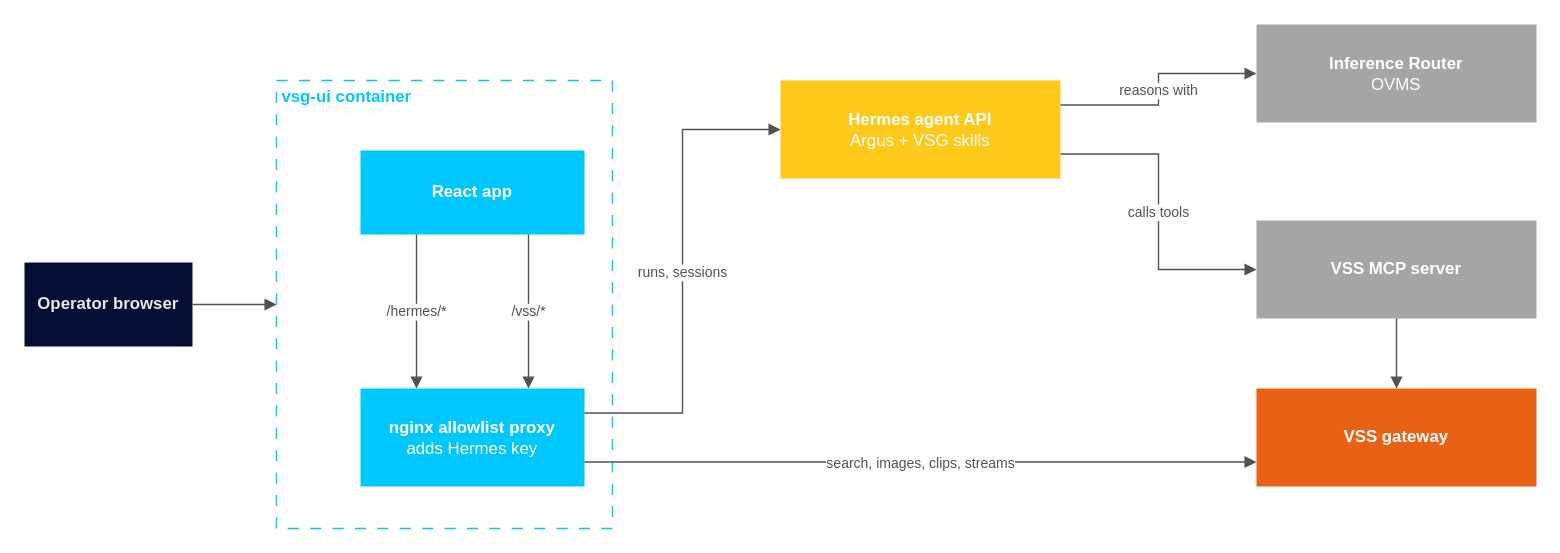
Earlier version of the draw.io diagram virtual-security-guard-agent/docs/user-guide/_assets/drawio/vsg-architecture.drawio (open-edge-platform/metro-ai-suite). Source tidied: cells renumbered, new cells numbered last; positions are measured from the earlier drawing's top-left corner, leaving out a move shared by most shapes. Both pictures are drawn from the tidied source at 140%, with x=0, y=0 at pixel (24, 24).
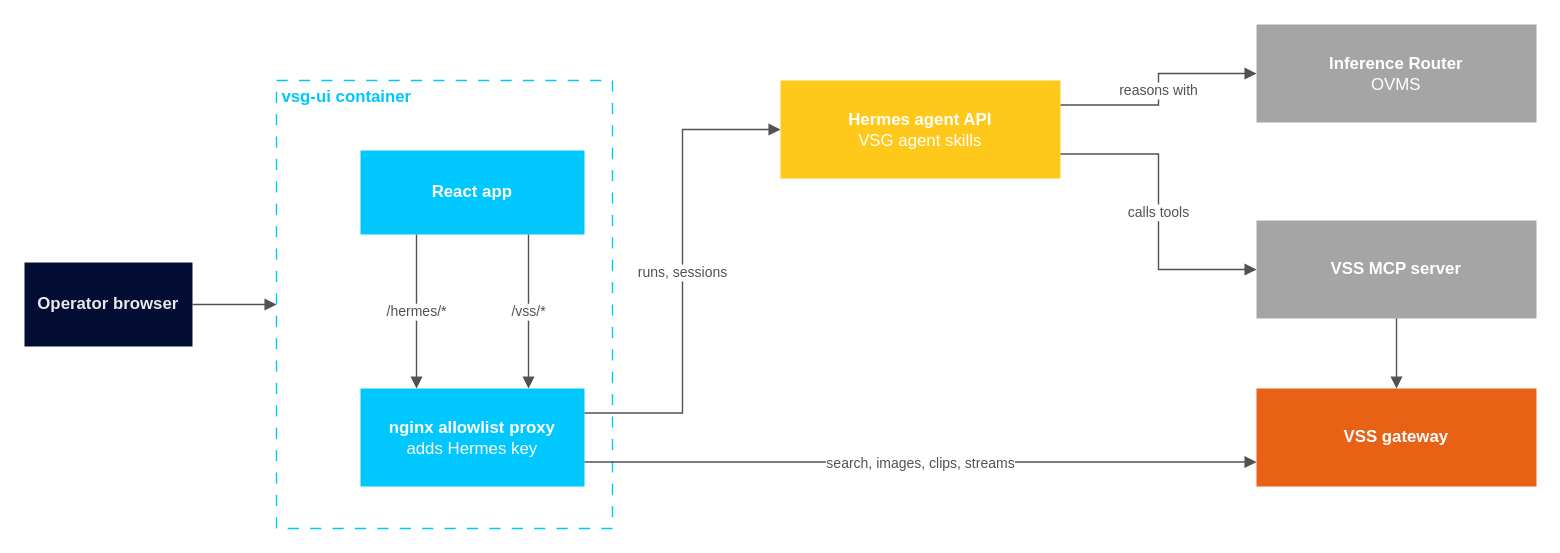
The same diagram, later.

What changed in the source:
```diff
@@
 <mxGraphModel>
   <root>
     <mxCell id="0" />
     <mxCell id="1" parent="0" />
     <mxCell id="2" value="vsg-ui container" style="rounded=0;whiteSpace=wrap;html=1;fillColor=none;fontColor=light-dark(#00C7FD,#00C7FD);strokeColor=light-dark(#00C7FD,#00C7FD);dashed=1;dashPattern=8 8;align=left;verticalAlign=top;spacing=0;spacingLeft=4;fontStyle=1;" parent="1" vertex="1">
       <mxGeometry x="180" y="40" width="240" height="320" as="geometry" />
     </mxCell>
     <mxCell id="3" value="&lt;b&gt;Operator browser&lt;/b&gt;" style="rounded=0;whiteSpace=wrap;html=1;fillColor=light-dark(#040E35,#E9E9E9);fontColor=light-dark(#E9E9E9,#040E35);strokeColor=none;" parent="1" vertex="1">
       <mxGeometry y="170" width="120" height="60" as="geometry" />
     </mxCell>
     <mxCell id="4" value="&lt;b&gt;React app&lt;/b&gt;" style="rounded=0;whiteSpace=wrap;html=1;fillColor=light-dark(#00C7FD,#00C7FD);fontColor=light-dark(#FFFFFF,#040E35);strokeColor=none;" parent="1" vertex="1">
       <mxGeometry x="240" y="90" width="160" height="60" as="geometry" />
     </mxCell>
     <mxCell id="5" value="&lt;b&gt;nginx allowlist proxy&lt;/b&gt;&lt;br&gt;adds Hermes key" style="rounded=0;whiteSpace=wrap;html=1;fillColor=light-dark(#00C7FD,#00C7FD);fontColor=light-dark(#FFFFFF,#040E35);strokeColor=none;" parent="1" vertex="1">
       <mxGeometry x="240" y="260" width="160" height="70" as="geometry" />
     </mxCell>
-    <mxCell id="6" value="&lt;b&gt;Hermes agent API&lt;/b&gt;&lt;br&gt;Argus + VSG skills" style="rounded=0;whiteSpace=wrap;html=1;fillColor=light-dark(#FEC91A,#FEC91A);fontColor=#FFFFFF;strokeColor=none;" parent="1" vertex="1">
+    <mxCell id="6" value="&lt;b&gt;Hermes agent API&lt;/b&gt;&lt;br&gt;VSG agent skills" style="rounded=0;whiteSpace=wrap;html=1;fillColor=light-dark(#FEC91A,#FEC91A);fontColor=#FFFFFF;strokeColor=none;" parent="1" vertex="1">
       <mxGeometry x="540" y="40" width="200" height="70" as="geometry" />
     </mxCell>
     <mxCell id="7" value="&lt;b&gt;Inference Router&lt;/b&gt;&lt;br&gt;OVMS" style="rounded=0;whiteSpace=wrap;html=1;fillColor=light-dark(#A5A5A5,#A5A5A5);fontColor=#FFFFFF;strokeColor=none;" parent="1" vertex="1">
       <mxGeometry x="880" width="200" height="70" as="geometry" />
     </mxCell>
     <mxCell id="8" value="&lt;b&gt;VSS MCP server&lt;/b&gt;" style="rounded=0;whiteSpace=wrap;html=1;fillColor=light-dark(#A5A5A5,#A5A5A5);fontColor=#FFFFFF;strokeColor=none;" parent="1" vertex="1">
       <mxGeometry x="880" y="140" width="200" height="70" as="geometry" />
     </mxCell>
     <mxCell id="9" value="&lt;b&gt;VSS gateway&lt;/b&gt;" style="rounded=0;whiteSpace=wrap;html=1;fillColor=light-dark(#E96115,#E96115);fontColor=#FFFFFF;strokeColor=none;" parent="1" vertex="1">
       <mxGeometry x="880" y="260" width="200" height="70" as="geometry" />
     </mxCell>
     <mxCell id="10" style="edgeStyle=orthogonalEdgeStyle;rounded=0;jettySize=auto;html=1;endArrow=block;endFill=1;strokeColor=light-dark(#525252,#E9E9E9);jumpStyle=arc;jumpSize=9;fontSize=10;fontColor=light-dark(#525252,#E9E9E9);labelBackgroundColor=light-dark(#FFFFFF,#121212);exitX=1;exitY=0.5;entryX=0;entryY=0.5;" parent="1" edge="1" source="3" target="2">
       <mxGeometry relative="1" as="geometry" />
     </mxCell>
     <mxCell id="11" value="/hermes/*" style="edgeStyle=orthogonalEdgeStyle;rounded=0;jettySize=auto;html=1;endArrow=block;endFill=1;strokeColor=light-dark(#525252,#E9E9E9);jumpStyle=arc;jumpSize=9;fontSize=10;fontColor=light-dark(#525252,#E9E9E9);labelBackgroundColor=light-dark(#FFFFFF,#121212);exitX=0.25;exitY=1;entryX=0.25;entryY=0;" parent="1" edge="1" source="4" target="5">
       <mxGeometry relative="1" as="geometry" />
     </mxCell>
     <mxCell id="12" value="/vss/*" style="edgeStyle=orthogonalEdgeStyle;rounded=0;jettySize=auto;html=1;endArrow=block;endFill=1;strokeColor=light-dark(#525252,#E9E9E9);jumpStyle=arc;jumpSize=9;fontSize=10;fontColor=light-dark(#525252,#E9E9E9);labelBackgroundColor=light-dark(#FFFFFF,#121212);exitX=0.75;exitY=1;entryX=0.75;entryY=0;" parent="1" edge="1" source="4" target="5">
       <mxGeometry relative="1" as="geometry" />
     </mxCell>
     <mxCell id="13" value="runs, sessions" style="edgeStyle=orthogonalEdgeStyle;rounded=0;jettySize=auto;html=1;endArrow=block;endFill=1;strokeColor=light-dark(#525252,#E9E9E9);jumpStyle=arc;jumpSize=9;fontSize=10;fontColor=light-dark(#525252,#E9E9E9);labelBackgroundColor=light-dark(#FFFFFF,#121212);exitX=1;exitY=0.25;entryX=0;entryY=0.5;" parent="1" edge="1" source="5" target="6">
       <mxGeometry relative="1" as="geometry" />
     </mxCell>
     <mxCell id="14" value="search, images, clips, streams" style="edgeStyle=orthogonalEdgeStyle;rounded=0;jettySize=auto;html=1;endArrow=block;endFill=1;strokeColor=light-dark(#525252,#E9E9E9);jumpStyle=arc;jumpSize=9;fontSize=10;fontColor=light-dark(#525252,#E9E9E9);labelBackgroundColor=light-dark(#FFFFFF,#121212);exitX=1;exitY=0.75;entryX=0;entryY=0.75;" parent="1" edge="1" source="5" target="9">
       <mxGeometry relative="1" as="geometry" />
     </mxCell>
     <mxCell id="15" value="reasons with" style="edgeStyle=orthogonalEdgeStyle;rounded=0;jettySize=auto;html=1;endArrow=block;endFill=1;strokeColor=light-dark(#525252,#E9E9E9);jumpStyle=arc;jumpSize=9;fontSize=10;fontColor=light-dark(#525252,#E9E9E9);labelBackgroundColor=light-dark(#FFFFFF,#121212);exitX=1;exitY=0.25;entryX=0;entryY=0.5;" parent="1" edge="1" source="6" target="7">
       <mxGeometry relative="1" as="geometry" />
     </mxCell>
     <mxCell id="16" value="calls tools" style="edgeStyle=orthogonalEdgeStyle;rounded=0;jettySize=auto;html=1;endArrow=block;endFill=1;strokeColor=light-dark(#525252,#E9E9E9);jumpStyle=arc;jumpSize=9;fontSize=10;fontColor=light-dark(#525252,#E9E9E9);labelBackgroundColor=light-dark(#FFFFFF,#121212);exitX=1;exitY=0.75;entryX=0;entryY=0.5;" parent="1" edge="1" source="6" target="8">
       <mxGeometry relative="1" as="geometry" />
     </mxCell>
     <mxCell id="17" style="edgeStyle=orthogonalEdgeStyle;rounded=0;jettySize=auto;html=1;endArrow=block;endFill=1;strokeColor=light-dark(#525252,#E9E9E9);jumpStyle=arc;jumpSize=9;fontSize=10;fontColor=light-dark(#525252,#E9E9E9);labelBackgroundColor=light-dark(#FFFFFF,#121212);exitX=0.5;exitY=1;entryX=0.5;entryY=0;" parent="1" edge="1" source="8" target="9">
       <mxGeometry relative="1" as="geometry" />
     </mxCell>
   </root>
 </mxGraphModel>
```
